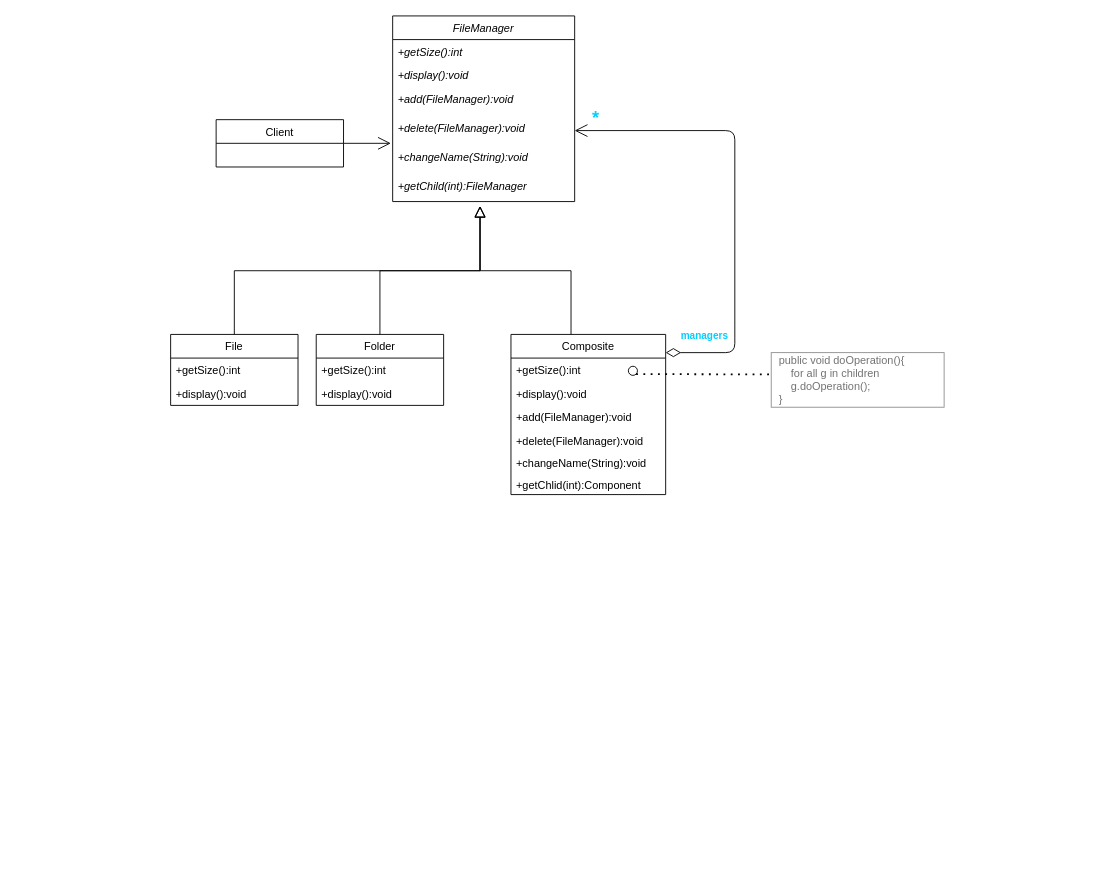
The draw.io diagram CompositePattern.drawio in tlfzgjadyd/SoftwareAnalysisDesign, before the edit. Source tidied: cells renumbered, new cells numbered last; positions are measured from the earlier drawing's top-left corner, leaving out a move shared by most shapes. Both pictures are drawn from the tidied source at 91%, with x=0, y=0 at pixel (170, 15).
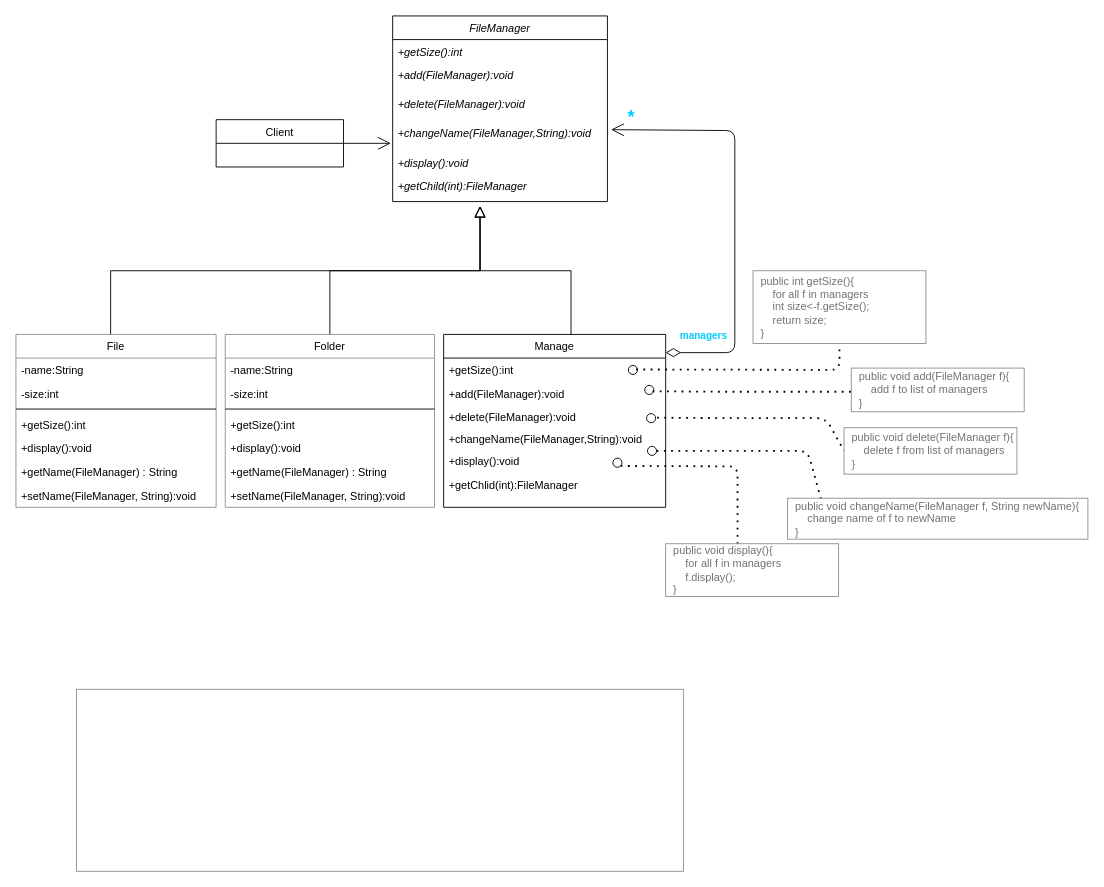
Above is the later version.

What changed in the source:
```diff
@@
-    <mxCell id="2" style="endArrow=block;endSize=10;endFill=0;shadow=0;strokeWidth=1;rounded=0;edgeStyle=elbowEdgeStyle;elbow=vertical;" parent="1" edge="1">
+    <mxCell id="2" style="endArrow=block;endSize=10;endFill=0;shadow=0;strokeWidth=1;rounded=0;edgeStyle=elbowEdgeStyle;elbow=vertical;" parent="1" edge="1" source="25">
       <mxGeometry relative="1" as="geometry">
-        <mxPoint x="230" y="350" as="sourcePoint" />
         <mxPoint x="340" y="209" as="targetPoint" />
       </mxGeometry>
     </mxCell>
@@
     <mxCell id="5" value="FileManager" style="swimlane;fontStyle=2;horizontal=1;startSize=26;fillColor=none;" parent="1" vertex="1">
-      <mxGeometry x="244" width="200" height="204" as="geometry" />
+      <mxGeometry x="244" width="236" height="204" as="geometry" />
     </mxCell>
     <mxCell id="6" value="+getSize():int" style="text;strokeColor=none;fillColor=none;align=left;verticalAlign=top;spacingLeft=4;spacingRight=4;overflow=hidden;fontStyle=2;" parent="5" vertex="1">
-      <mxGeometry y="26" width="200" height="26" as="geometry" />
+      <mxGeometry y="26" width="236" height="26" as="geometry" />
     </mxCell>
-    <mxCell id="7" value="+display():void" style="text;strokeColor=none;fillColor=none;align=left;verticalAlign=top;spacingLeft=4;spacingRight=4;overflow=hidden;fontStyle=2;" parent="5" vertex="1">
-      <mxGeometry y="52" width="200" height="26" as="geometry" />
-    </mxCell>
     <mxCell id="8" value="+add(FileManager):void&#10;" style="text;strokeColor=none;fillColor=none;align=left;verticalAlign=top;spacingLeft=4;spacingRight=4;overflow=hidden;fontStyle=2;" parent="5" vertex="1">
-      <mxGeometry y="78" width="200" height="32" as="geometry" />
+      <mxGeometry y="52" width="236" height="32" as="geometry" />
     </mxCell>
     <mxCell id="9" value="+delete(FileManager):void" style="text;strokeColor=none;fillColor=none;align=left;verticalAlign=top;spacingLeft=4;spacingRight=4;overflow=hidden;points=[[0,0.5],[1,0.5]];portConstraint=eastwest;fontStyle=2;" parent="5" vertex="1">
-      <mxGeometry y="110" width="200" height="32" as="geometry" />
+      <mxGeometry y="84" width="236" height="32" as="geometry" />
     </mxCell>
-    <mxCell id="10" value="+changeName(String):void" style="text;strokeColor=none;fillColor=none;align=left;verticalAlign=top;spacingLeft=4;spacingRight=4;overflow=hidden;points=[[0,0.5],[1,0.5]];portConstraint=eastwest;fontStyle=2;" parent="5" vertex="1">
-      <mxGeometry y="142" width="200" height="32" as="geometry" />
+    <mxCell id="10" value="+changeName(FileManager,String):void" style="text;strokeColor=none;fillColor=none;align=left;verticalAlign=top;spacingLeft=4;spacingRight=4;overflow=hidden;points=[[0,0.5],[1,0.5]];portConstraint=eastwest;fontStyle=2;" parent="5" vertex="1">
+      <mxGeometry y="116" width="236" height="32" as="geometry" />
     </mxCell>
+    <mxCell id="7" value="+display():void" style="text;strokeColor=none;fillColor=none;align=left;verticalAlign=top;spacingLeft=4;spacingRight=4;overflow=hidden;fontStyle=2;" parent="5" vertex="1">
+      <mxGeometry y="148" width="236" height="26" as="geometry" />
+    </mxCell>
     <mxCell id="11" value="+getChild(int):FileManager" style="text;strokeColor=none;fillColor=none;align=left;verticalAlign=top;spacingLeft=4;spacingRight=4;overflow=hidden;fontStyle=2;" parent="5" vertex="1">
-      <mxGeometry y="174" width="200" height="30" as="geometry" />
+      <mxGeometry y="174" width="236" height="30" as="geometry" />
     </mxCell>
@@
-    <mxCell id="13" value="Composite" style="swimlane;fontStyle=0;horizontal=1;startSize=26;fillColor=none;" parent="1" vertex="1">
-      <mxGeometry x="374" y="350" width="170" height="176" as="geometry" />
+    <mxCell id="13" value="Manage" style="swimlane;fontStyle=0;horizontal=1;startSize=26;fillColor=none;" parent="1" vertex="1">
+      <mxGeometry x="300" y="350" width="244" height="190" as="geometry" />
     </mxCell>
     <mxCell id="14" value="+getSize():int" style="text;strokeColor=none;fillColor=none;align=left;verticalAlign=top;spacingLeft=4;spacingRight=4;overflow=hidden;" parent="13" vertex="1">
-      <mxGeometry y="26" width="170" height="26" as="geometry" />
+      <mxGeometry y="26" width="244" height="26" as="geometry" />
     </mxCell>
-    <mxCell id="15" value="+display():void" style="text;strokeColor=none;fillColor=none;align=left;verticalAlign=top;spacingLeft=4;spacingRight=4;overflow=hidden;" parent="13" vertex="1">
-      <mxGeometry y="52" width="170" height="26" as="geometry" />
-    </mxCell>
     <mxCell id="16" value="+add(FileManager):void" style="text;strokeColor=none;fillColor=none;align=left;verticalAlign=top;spacingLeft=4;spacingRight=4;overflow=hidden;" parent="13" vertex="1">
-      <mxGeometry y="78" width="170" height="26" as="geometry" />
+      <mxGeometry y="52" width="244" height="26" as="geometry" />
     </mxCell>
     <mxCell id="17" value="+delete(FileManager):void" style="text;strokeColor=none;fillColor=none;align=left;verticalAlign=top;spacingLeft=4;spacingRight=4;overflow=hidden;" parent="13" vertex="1">
-      <mxGeometry y="104" width="170" height="24" as="geometry" />
+      <mxGeometry y="78" width="244" height="24" as="geometry" />
     </mxCell>
-    <mxCell id="18" value="+changeName(String):void" style="text;strokeColor=none;fillColor=none;align=left;verticalAlign=top;spacingLeft=4;spacingRight=4;overflow=hidden;" parent="13" vertex="1">
-      <mxGeometry y="128" width="170" height="24" as="geometry" />
+    <mxCell id="18" value="+changeName(FileManager,String):void" style="text;strokeColor=none;fillColor=none;align=left;verticalAlign=top;spacingLeft=4;spacingRight=4;overflow=hidden;" parent="13" vertex="1">
+      <mxGeometry y="102" width="244" height="24" as="geometry" />
     </mxCell>
+    <mxCell id="15" value="+display():void" style="text;strokeColor=none;fillColor=none;align=left;verticalAlign=top;spacingLeft=4;spacingRight=4;overflow=hidden;" parent="13" vertex="1">
+      <mxGeometry y="126" width="244" height="26" as="geometry" />
+    </mxCell>
-    <mxCell id="19" value="+getChlid(int):Component" style="text;strokeColor=none;fillColor=none;align=left;verticalAlign=top;spacingLeft=4;spacingRight=4;overflow=hidden;" parent="13" vertex="1">
-      <mxGeometry y="152" width="170" height="24" as="geometry" />
+    <mxCell id="19" value="+getChlid(int):FileManager" style="text;strokeColor=none;fillColor=none;align=left;verticalAlign=top;spacingLeft=4;spacingRight=4;overflow=hidden;" parent="13" vertex="1">
+      <mxGeometry y="152" width="244" height="38" as="geometry" />
     </mxCell>
-    <mxCell id="20" value="&lt;font color=&quot;#05cdff&quot;&gt;&lt;b&gt;managers&lt;/b&gt;&lt;/font&gt;" style="endArrow=open;html=1;endSize=12;startArrow=diamondThin;startSize=14;startFill=0;edgeStyle=orthogonalEdgeStyle;align=left;verticalAlign=bottom;entryX=1;entryY=0.5;entryDx=0;entryDy=0;" parent="1" edge="1" target="9">
+    <mxCell id="20" value="&lt;font color=&quot;#05cdff&quot;&gt;&lt;b&gt;managers&lt;/b&gt;&lt;/font&gt;" style="endArrow=open;html=1;endSize=12;startArrow=diamondThin;startSize=14;startFill=0;edgeStyle=orthogonalEdgeStyle;align=left;verticalAlign=bottom;entryX=1.017;entryY=0.281;entryDx=0;entryDy=0;entryPerimeter=0;" parent="1" edge="1" target="10">
       <mxGeometry x="-0.94" y="10" relative="1" as="geometry">
         <mxPoint x="544" y="370" as="sourcePoint" />
         <Array as="points">
           <mxPoint x="620" y="370" />
           <mxPoint x="620" y="126" />
         </Array>
       </mxGeometry>
     </mxCell>
@@
     <mxCell id="22" style="ellipse;fillColor=#ffffff;strokeColor=#000000;" parent="1" vertex="1">
-      <mxGeometry x="503" y="385" width="10" height="10" as="geometry" />
+      <mxGeometry x="503" y="384" width="10" height="10" as="geometry" />
     </mxCell>
-    <mxCell id="23" style="endArrow=none;dashed=1;html=1;dashPattern=1 3;strokeWidth=2;exitX=1;exitY=1;exitDx=0;exitDy=0;" parent="1" edge="1" source="22">
+    <mxCell id="23" style="endArrow=none;dashed=1;html=1;dashPattern=1 3;strokeWidth=2;exitX=1;exitY=1;exitDx=0;exitDy=0;entryX=0.5;entryY=1;entryDx=0;entryDy=0;" parent="1" edge="1" target="24">
       <mxGeometry relative="1" as="geometry">
-        <mxPoint x="660" y="394" as="targetPoint" />
+        <mxPoint x="511.5" y="388.5" as="sourcePoint" />
+        <Array as="points">
+          <mxPoint x="735" y="389" />
+        </Array>
       </mxGeometry>
     </mxCell>
-    <mxCell id="24" value="&lt;font color=&quot;#737373&quot;&gt;&amp;nbsp; public void doOperation(){&lt;br&gt;&amp;nbsp; &amp;nbsp; &amp;nbsp; for all g in children&lt;br&gt;&amp;nbsp; &amp;nbsp; &amp;nbsp; g.doOperation();&lt;br&gt;&amp;nbsp; }&lt;/font&gt;" style="html=1;align=left;strokeColor=#8F8F8F;" parent="1" vertex="1">
-      <mxGeometry x="660" y="370" width="190" height="60" as="geometry" />
+    <mxCell id="24" value="&lt;font color=&quot;#737373&quot;&gt;&amp;nbsp; public int getSize(){&lt;br&gt;&amp;nbsp; &amp;nbsp; &amp;nbsp; for all f in managers&lt;br&gt;&amp;nbsp; &amp;nbsp; &amp;nbsp; int size&amp;lt;-f.getSize();&lt;br&gt;&amp;nbsp; &amp;nbsp; &amp;nbsp; return size;&lt;br&gt;&amp;nbsp; }&lt;/font&gt;" style="html=1;align=left;strokeColor=#8F8F8F;" parent="1" vertex="1">
+      <mxGeometry x="640" y="280" width="190" height="80" as="geometry" />
     </mxCell>
+    <mxCell id="31" style="endArrow=block;endSize=10;endFill=0;shadow=0;strokeWidth=1;rounded=0;edgeStyle=elbowEdgeStyle;elbow=vertical;exitX=0.473;exitY=0;exitDx=0;exitDy=0;exitPerimeter=0;" parent="1" edge="1" source="28">
+      <mxGeometry relative="1" as="geometry">
+        <mxPoint x="340" y="209" as="targetPoint" />
+      </mxGeometry>
+    </mxCell>
+    <mxCell id="32" style="html=1;strokeColor=#8F8F8F;fontSize=20;fontColor=#05CDFF;" parent="1" vertex="1">
+      <mxGeometry x="-103.5" y="740" width="667" height="200" as="geometry" />
+    </mxCell>
+    <mxCell id="28" value="File" style="swimlane;fontStyle=0;align=center;verticalAlign=top;horizontal=1;startSize=26;strokeColor=#8F8F8F;fontSize=12;" parent="1" vertex="1">
+      <mxGeometry x="-170" y="350" width="220" height="190" as="geometry" />
+    </mxCell>
+    <mxCell id="33" value="-name:String" style="text;strokeColor=none;fillColor=none;align=left;verticalAlign=top;spacingLeft=4;spacingRight=4;overflow=hidden;" parent="28" vertex="1">
+      <mxGeometry y="26" width="220" height="26" as="geometry" />
+    </mxCell>
+    <mxCell id="34" value="-size:int" style="text;strokeColor=none;fillColor=none;align=left;verticalAlign=top;spacingLeft=4;spacingRight=4;overflow=hidden;" parent="28" vertex="1">
+      <mxGeometry y="52" width="220" height="26" as="geometry" />
+    </mxCell>
+    <mxCell id="35" style="line;strokeWidth=1;fillColor=none;align=left;verticalAlign=middle;spacingTop=-1;spacingLeft=3;spacingRight=3;labelPosition=right;" parent="28" vertex="1">
+      <mxGeometry y="78" width="220" height="8" as="geometry" />
+    </mxCell>
+    <mxCell id="36" value="+getSize():int" style="text;strokeColor=none;fillColor=none;align=left;verticalAlign=top;spacingLeft=4;spacingRight=4;overflow=hidden;" parent="28" vertex="1">
+      <mxGeometry y="86" width="220" height="26" as="geometry" />
+    </mxCell>
+    <mxCell id="30" value="+display():void" style="text;strokeColor=none;fillColor=none;align=left;verticalAlign=top;spacingLeft=4;spacingRight=4;overflow=hidden;" parent="28" vertex="1">
+      <mxGeometry y="112" width="220" height="26" as="geometry" />
+    </mxCell>
+    <mxCell id="37" value="+getName(FileManager) : String" style="text;strokeColor=none;fillColor=none;align=left;verticalAlign=top;spacingLeft=4;spacingRight=4;overflow=hidden;" parent="28" vertex="1">
+      <mxGeometry y="138" width="220" height="26" as="geometry" />
+    </mxCell>
+    <mxCell id="38" value="+setName(FileManager, String):void" style="text;strokeColor=none;fillColor=none;align=left;verticalAlign=top;spacingLeft=4;spacingRight=4;overflow=hidden;" parent="28" vertex="1">
+      <mxGeometry y="164" width="220" height="26" as="geometry" />
+    </mxCell>
-    <mxCell id="25" value="Folder" style="swimlane;fontStyle=0;horizontal=1;startSize=26;fillColor=none;" parent="1" vertex="1">
-      <mxGeometry x="160" y="350" width="140" height="78" as="geometry" />
+    <mxCell id="25" value="Folder" style="swimlane;fontStyle=0;align=center;verticalAlign=top;horizontal=1;startSize=26;strokeColor=#8F8F8F;fontSize=12;" parent="1" vertex="1">
+      <mxGeometry x="60" y="350" width="230" height="190" as="geometry" />
     </mxCell>
-    <mxCell id="26" value="+getSize():int" style="text;strokeColor=none;fillColor=none;align=left;verticalAlign=top;spacingLeft=4;spacingRight=4;overflow=hidden;" parent="25" vertex="1">
-      <mxGeometry y="26" width="140" height="26" as="geometry" />
-    </mxCell>
+    <mxCell id="39" value="-name:String" style="text;strokeColor=none;fillColor=none;align=left;verticalAlign=top;spacingLeft=4;spacingRight=4;overflow=hidden;" parent="25" vertex="1">
+      <mxGeometry y="26" width="230" height="26" as="geometry" />
+    </mxCell>
+    <mxCell id="40" value="-size:int" style="text;strokeColor=none;fillColor=none;align=left;verticalAlign=top;spacingLeft=4;spacingRight=4;overflow=hidden;" parent="25" vertex="1">
+      <mxGeometry y="52" width="230" height="26" as="geometry" />
+    </mxCell>
+    <mxCell id="41" style="line;strokeWidth=1;fillColor=none;align=left;verticalAlign=middle;spacingTop=-1;spacingLeft=3;spacingRight=3;labelPosition=right;" parent="25" vertex="1">
+      <mxGeometry y="78" width="230" height="8" as="geometry" />
+    </mxCell>
+    <mxCell id="42" value="+getSize():int" style="text;strokeColor=none;fillColor=none;align=left;verticalAlign=top;spacingLeft=4;spacingRight=4;overflow=hidden;" parent="25" vertex="1">
+      <mxGeometry y="86" width="230" height="26" as="geometry" />
+    </mxCell>
     <mxCell id="27" value="+display():void" style="text;strokeColor=none;fillColor=none;align=left;verticalAlign=top;spacingLeft=4;spacingRight=4;overflow=hidden;" parent="25" vertex="1">
-      <mxGeometry y="52" width="140" height="26" as="geometry" />
+      <mxGeometry y="112" width="230" height="26" as="geometry" />
     </mxCell>
-    <mxCell id="28" value="File" style="swimlane;fontStyle=0;horizontal=1;startSize=26;fillColor=none;" parent="1" vertex="1">
-      <mxGeometry y="350" width="140" height="78" as="geometry" />
-    </mxCell>
-    <mxCell id="29" value="+getSize():int" style="text;strokeColor=none;fillColor=none;align=left;verticalAlign=top;spacingLeft=4;spacingRight=4;overflow=hidden;" parent="28" vertex="1">
-      <mxGeometry y="26" width="140" height="26" as="geometry" />
-    </mxCell>
-    <mxCell id="30" value="+display():void" style="text;strokeColor=none;fillColor=none;align=left;verticalAlign=top;spacingLeft=4;spacingRight=4;overflow=hidden;" parent="28" vertex="1">
-      <mxGeometry y="52" width="140" height="26" as="geometry" />
-    </mxCell>
-    <mxCell id="31" style="endArrow=block;endSize=10;endFill=0;shadow=0;strokeWidth=1;rounded=0;edgeStyle=elbowEdgeStyle;elbow=vertical;exitX=0.5;exitY=0;exitDx=0;exitDy=0;" parent="1" edge="1" source="28">
-      <mxGeometry relative="1" as="geometry">
-        <mxPoint x="340" y="209" as="targetPoint" />
-      </mxGeometry>
-    </mxCell>
+    <mxCell id="43" value="+getName(FileManager) : String" style="text;strokeColor=none;fillColor=none;align=left;verticalAlign=top;spacingLeft=4;spacingRight=4;overflow=hidden;" parent="25" vertex="1">
+      <mxGeometry y="138" width="230" height="26" as="geometry" />
+    </mxCell>
+    <mxCell id="44" value="+setName(FileManager, String):void" style="text;strokeColor=none;fillColor=none;align=left;verticalAlign=top;spacingLeft=4;spacingRight=4;overflow=hidden;" parent="25" vertex="1">
+      <mxGeometry y="164" width="230" height="26" as="geometry" />
+    </mxCell>
+    <mxCell id="45" style="ellipse;fillColor=#ffffff;strokeColor=#000000;" parent="1" vertex="1">
+      <mxGeometry x="521" y="406" width="10" height="10" as="geometry" />
+    </mxCell>
+    <mxCell id="46" style="endArrow=none;dashed=1;html=1;dashPattern=1 3;strokeWidth=2;exitX=1;exitY=1;exitDx=0;exitDy=0;entryX=0;entryY=0.5;entryDx=0;entryDy=0;" parent="1" edge="1" target="47">
+      <mxGeometry relative="1" as="geometry">
+        <mxPoint x="529.5" y="412.5" as="sourcePoint" />
+        <Array as="points">
+          <mxPoint x="608" y="413" />
+          <mxPoint x="764" y="413" />
+        </Array>
+      </mxGeometry>
+    </mxCell>
+    <mxCell id="47" value="&lt;font color=&quot;#737373&quot;&gt;&amp;nbsp; public void add(FileManager f){&lt;br&gt;&amp;nbsp; &amp;nbsp; &amp;nbsp; add f to list of managers&lt;br&gt;&amp;nbsp; }&lt;/font&gt;" style="html=1;align=left;strokeColor=#8F8F8F;" parent="1" vertex="1">
+      <mxGeometry x="748" y="387" width="190" height="48" as="geometry" />
+    </mxCell>
+    <mxCell id="48" style="ellipse;fillColor=#ffffff;strokeColor=#000000;" parent="1" vertex="1">
+      <mxGeometry x="523" y="437" width="10" height="10" as="geometry" />
+    </mxCell>
+    <mxCell id="49" style="endArrow=none;dashed=1;html=1;dashPattern=1 3;strokeWidth=2;exitX=1;exitY=1;exitDx=0;exitDy=0;entryX=0;entryY=0.5;entryDx=0;entryDy=0;" parent="1" edge="1" target="50">
+      <mxGeometry relative="1" as="geometry">
+        <mxPoint x="534.5" y="441.5" as="sourcePoint" />
+        <Array as="points">
+          <mxPoint x="613" y="442" />
+          <mxPoint x="720" y="442" />
+        </Array>
+      </mxGeometry>
+    </mxCell>
+    <mxCell id="50" value="&lt;font color=&quot;#737373&quot;&gt;&amp;nbsp; public void delete(FileManager f){&lt;br&gt;&amp;nbsp; &amp;nbsp; &amp;nbsp; delete f from list of managers&lt;br&gt;&amp;nbsp; }&lt;/font&gt;" style="html=1;align=left;strokeColor=#8F8F8F;" parent="1" vertex="1">
+      <mxGeometry x="740" y="452.5" width="190" height="51" as="geometry" />
+    </mxCell>
+    <mxCell id="51" style="ellipse;fillColor=#ffffff;strokeColor=#000000;" parent="1" vertex="1">
+      <mxGeometry x="524" y="473" width="10" height="10" as="geometry" />
+    </mxCell>
+    <mxCell id="52" style="endArrow=none;dashed=1;html=1;dashPattern=1 3;strokeWidth=2;exitX=1;exitY=0.5;exitDx=0;exitDy=0;" parent="1" edge="1" source="51">
+      <mxGeometry relative="1" as="geometry">
+        <mxPoint x="720" y="550" as="targetPoint" />
+        <Array as="points">
+          <mxPoint x="613" y="478" />
+          <mxPoint x="700" y="478" />
+        </Array>
+      </mxGeometry>
+    </mxCell>
+    <mxCell id="53" value="&lt;font color=&quot;#737373&quot;&gt;&amp;nbsp; public void changeName(FileManager f, String newName){&lt;br&gt;&amp;nbsp; &amp;nbsp; &amp;nbsp; change name of f to newName&lt;br&gt;&amp;nbsp; }&lt;/font&gt;" style="html=1;align=left;strokeColor=#8F8F8F;" parent="1" vertex="1">
+      <mxGeometry x="678" y="530" width="330" height="45" as="geometry" />
+    </mxCell>
+    <mxCell id="54" style="ellipse;fillColor=#ffffff;strokeColor=#000000;" parent="1" vertex="1">
+      <mxGeometry x="486" y="486" width="10" height="10" as="geometry" />
+    </mxCell>
+    <mxCell id="55" style="endArrow=none;dashed=1;html=1;dashPattern=1 3;strokeWidth=2;exitX=1;exitY=1;exitDx=0;exitDy=0;" parent="1" edge="1" source="54">
+      <mxGeometry relative="1" as="geometry">
+        <mxPoint x="623" y="590" as="targetPoint" />
+        <Array as="points">
+          <mxPoint x="623" y="495" />
+          <mxPoint x="623" y="590" />
+        </Array>
+      </mxGeometry>
+    </mxCell>
+    <mxCell id="56" value="&lt;font color=&quot;#737373&quot;&gt;&amp;nbsp; public void display(){&amp;nbsp;&lt;br&gt;&amp;nbsp; &amp;nbsp; &amp;nbsp; for all f in managers&lt;br&gt;    &amp;nbsp; &amp;nbsp; &amp;nbsp; f.display();&lt;br&gt;&amp;nbsp; }&lt;/font&gt;" style="html=1;align=left;strokeColor=#8F8F8F;" parent="1" vertex="1">
+      <mxGeometry x="544" y="580" width="190" height="58" as="geometry" />
+    </mxCell>
```
